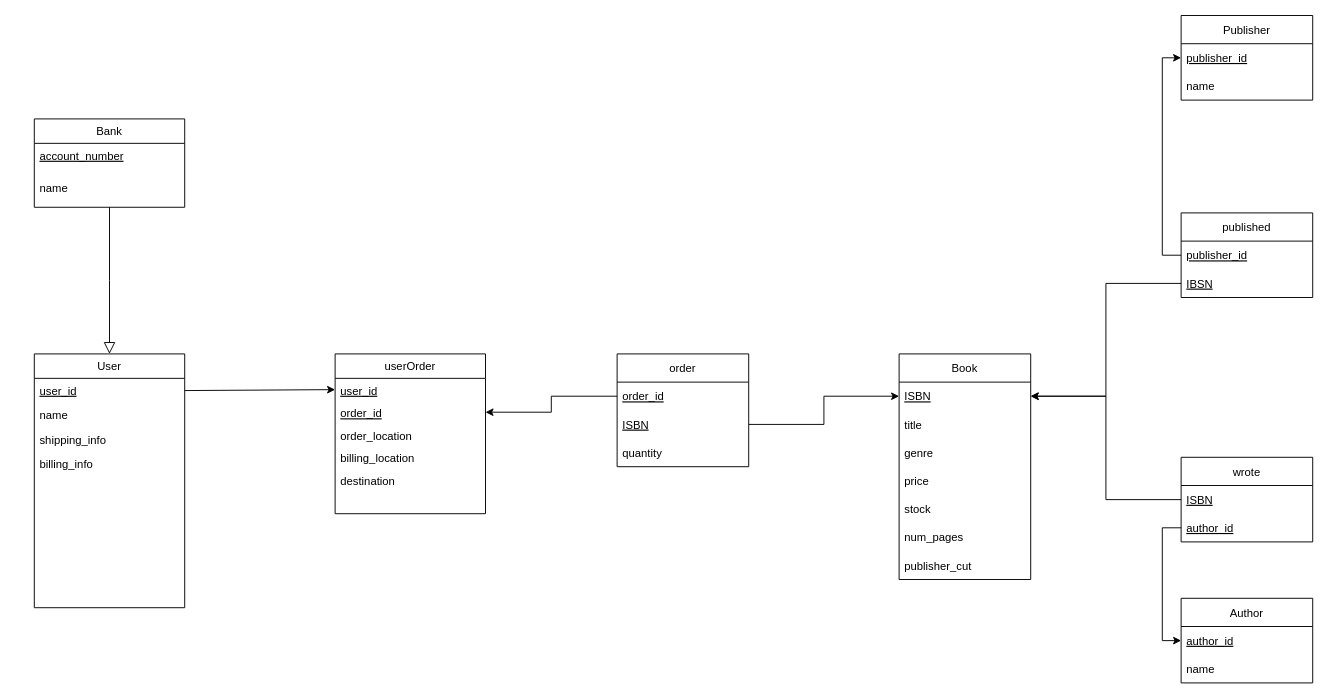
Before: sql/Relation_Schema.drawio in Owen-Allen/-bookstore, a draw.io diagram. Source tidied: cells renumbered, new cells numbered last; positions are measured from the earlier drawing's top-left corner, leaving out a move shared by most shapes. Both pictures are drawn from the tidied source at 94%, with x=0, y=0 at pixel (34, 15).
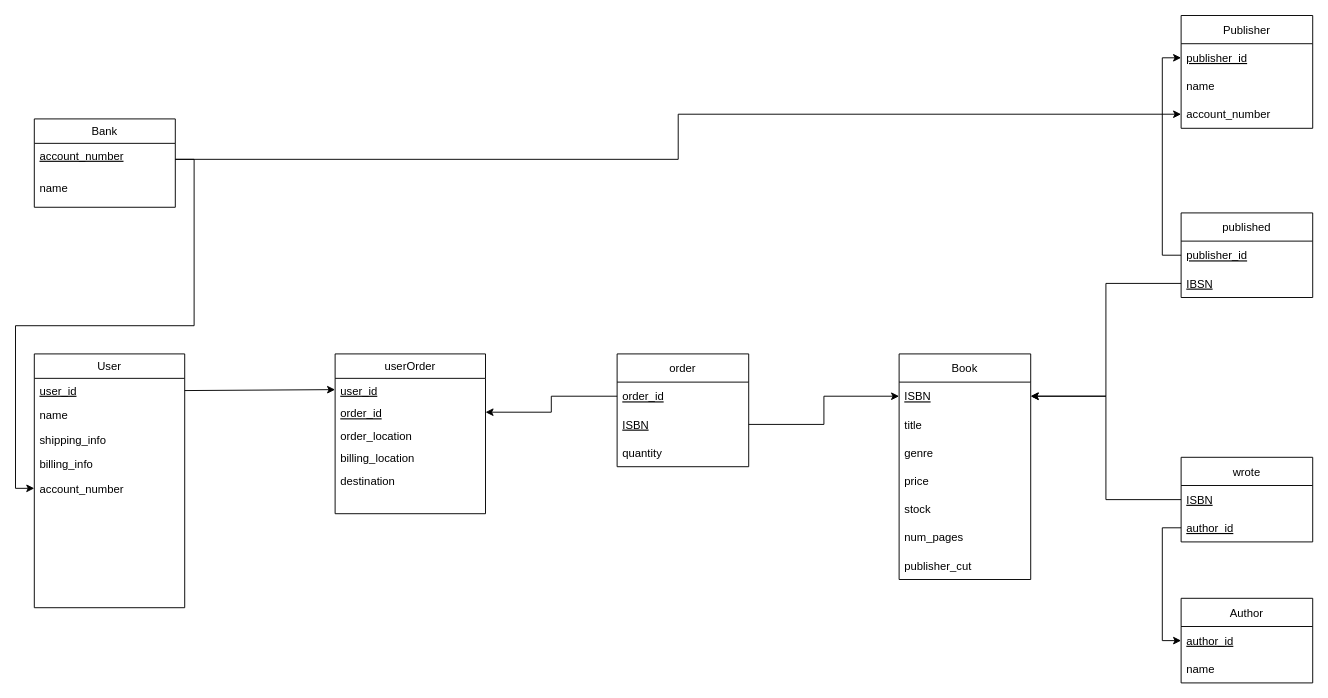
After the change.

The change refers to these unchanged cells:
```xml
<mxCell id="2" value="User" style="swimlane;fontStyle=0;align=center;verticalAlign=top;horizontal=1;startSize=26;rounded=0;shadow=0;strokeWidth=1;" parent="1" vertex="1">
  <mxGeometry y="360" width="160" height="270" as="geometry" />
</mxCell>
```

The edit, as a diff of the source:
```diff
@@
+    <mxCell id="48" value="account_number&#10;" style="text;align=left;verticalAlign=top;spacingLeft=4;spacingRight=4;overflow=hidden;points=[[0,0.5],[1,0.5]];portConstraint=eastwest;rounded=0;shadow=0;html=0;" parent="2" vertex="1">
+      <mxGeometry y="130" width="160" height="26" as="geometry" />
+    </mxCell>
     <mxCell id="7" value="Bank" style="swimlane;fontStyle=0;align=center;verticalAlign=top;horizontal=1;startSize=26;rounded=0;shadow=0;strokeWidth=1;" parent="1" vertex="1">
-      <mxGeometry y="110" width="160" height="94" as="geometry" />
+      <mxGeometry y="110" width="150" height="94" as="geometry" />
     </mxCell>
     <mxCell id="8" value="account_number" style="text;align=left;verticalAlign=top;spacingLeft=4;spacingRight=4;overflow=hidden;points=[[0,0.5],[1,0.5]];portConstraint=eastwest;fontStyle=4;" parent="7" vertex="1">
-      <mxGeometry y="26" width="160" height="34" as="geometry" />
+      <mxGeometry y="26" width="150" height="34" as="geometry" />
     </mxCell>
     <mxCell id="9" value="name" style="text;align=left;verticalAlign=top;spacingLeft=4;spacingRight=4;overflow=hidden;" parent="7" vertex="1">
-      <mxGeometry y="60" width="160" height="34" as="geometry" />
+      <mxGeometry y="60" width="150" height="34" as="geometry" />
     </mxCell>
-    <mxCell id="10" style="endArrow=block;endSize=10;endFill=0;shadow=0;strokeWidth=1;rounded=0;edgeStyle=elbowEdgeStyle;elbow=vertical;" parent="1" edge="1" source="7" target="2">
-      <mxGeometry relative="1" as="geometry" />
-    </mxCell>
@@
     <mxCell id="43" value="Publisher" style="swimlane;fontStyle=0;horizontal=1;startSize=30;fillColor=none;gradientColor=none;" parent="1" vertex="1">
-      <mxGeometry x="1220" width="140" height="90" as="geometry" />
+      <mxGeometry x="1220" width="140" height="120" as="geometry" />
     </mxCell>
@@
+    <mxCell id="49" value="account_number" style="text;strokeColor=none;fillColor=none;align=left;verticalAlign=middle;spacingLeft=4;spacingRight=4;overflow=hidden;points=[[0,0.5],[1,0.5]];portConstraint=eastwest;" parent="43" vertex="1">
+      <mxGeometry y="90" width="140" height="30" as="geometry" />
+    </mxCell>
@@
+    <mxCell id="50" style="edgeStyle=orthogonalEdgeStyle;rounded=0;jettySize=auto;html=1;entryX=0;entryY=0.5;entryDx=0;entryDy=0;" parent="1" edge="1" source="8" target="49">
+      <mxGeometry relative="1" as="geometry" />
+    </mxCell>
+    <mxCell id="51" style="edgeStyle=orthogonalEdgeStyle;rounded=0;jettySize=auto;html=1;entryX=0;entryY=0.5;entryDx=0;entryDy=0;" parent="1" edge="1" source="8" target="48">
+      <mxGeometry relative="1" as="geometry" />
+    </mxCell>
```
